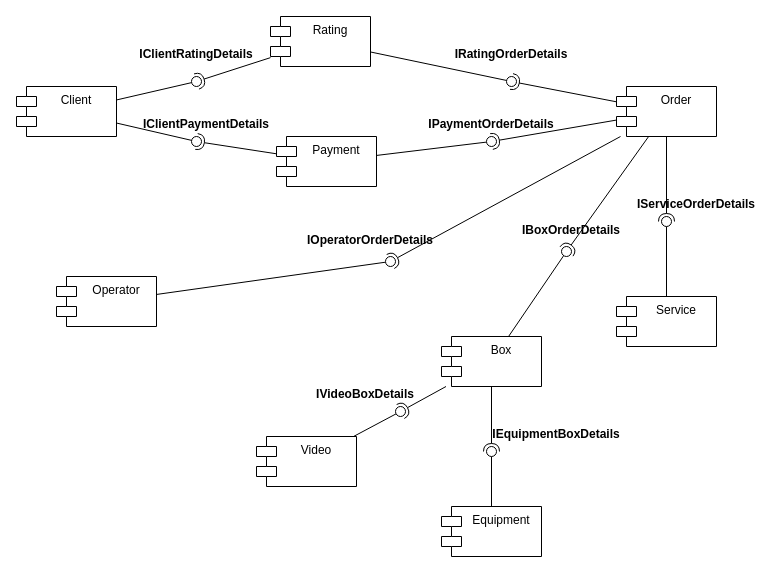
vitaliyepikhin/Automated-Car-Wash keeps this draw.io diagram as page "Components" (4 of 5) of Diagram_1.drawio. Above is the earlier version. Source tidied: cells renumbered, new cells numbered last; positions are measured from the earlier drawing's top-left corner, leaving out a move shared by most shapes. Both pictures are drawn from the tidied source at 100%, with x=0, y=0 at pixel (16, 16).
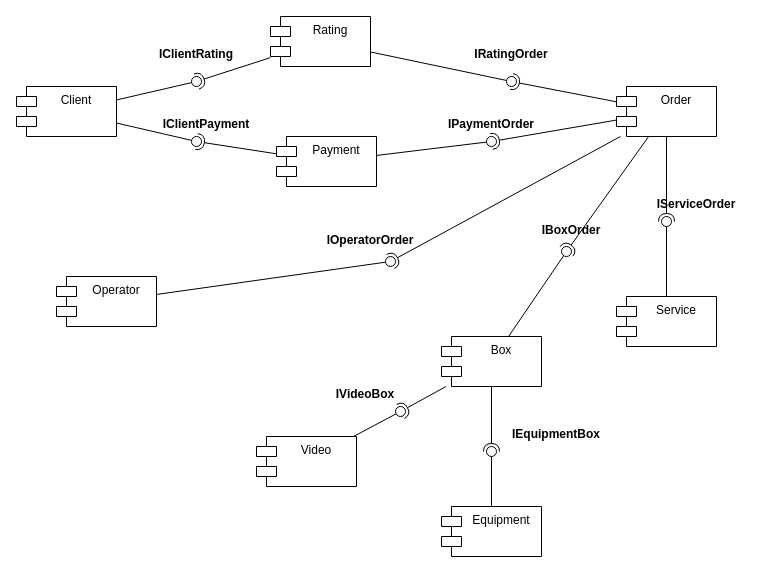
The same page after the edit.

What changed in the source:
```diff
@@
-    <mxCell id="38" value="IClientRatingDetails" style="text;align=center;fontStyle=1;verticalAlign=middle;spacingLeft=3;spacingRight=3;strokeColor=none;" parent="1" vertex="1">
+    <mxCell id="38" value="IClientRating" style="text;align=center;fontStyle=1;verticalAlign=middle;spacingLeft=3;spacingRight=3;strokeColor=none;" parent="1" vertex="1">
       <mxGeometry x="140" y="24" width="80" height="26" as="geometry" />
     </mxCell>
-    <mxCell id="39" value="IClientPaymentDetails" style="text;align=center;fontStyle=1;verticalAlign=middle;spacingLeft=3;spacingRight=3;strokeColor=none;" parent="1" vertex="1">
+    <mxCell id="39" value="IClientPayment" style="text;align=center;fontStyle=1;verticalAlign=middle;spacingLeft=3;spacingRight=3;strokeColor=none;" parent="1" vertex="1">
       <mxGeometry x="150" y="94" width="80" height="26" as="geometry" />
     </mxCell>
-    <mxCell id="40" value="IRatingOrderDetails" style="text;align=center;fontStyle=1;verticalAlign=middle;spacingLeft=3;spacingRight=3;strokeColor=none;" parent="1" vertex="1">
+    <mxCell id="40" value="IRatingOrder" style="text;align=center;fontStyle=1;verticalAlign=middle;spacingLeft=3;spacingRight=3;strokeColor=none;" parent="1" vertex="1">
       <mxGeometry x="455" y="24" width="80" height="26" as="geometry" />
     </mxCell>
-    <mxCell id="41" value="IPaymentOrderDetails" style="text;align=center;fontStyle=1;verticalAlign=middle;spacingLeft=3;spacingRight=3;strokeColor=none;" parent="1" vertex="1">
+    <mxCell id="41" value="IPaymentOrder" style="text;align=center;fontStyle=1;verticalAlign=middle;spacingLeft=3;spacingRight=3;strokeColor=none;" parent="1" vertex="1">
       <mxGeometry x="435" y="94" width="80" height="26" as="geometry" />
     </mxCell>
-    <mxCell id="42" value="IOperatorOrderDetails" style="text;align=center;fontStyle=1;verticalAlign=middle;spacingLeft=3;spacingRight=3;strokeColor=none;" parent="1" vertex="1">
+    <mxCell id="42" value="IOperatorOrder" style="text;align=center;fontStyle=1;verticalAlign=middle;spacingLeft=3;spacingRight=3;strokeColor=none;" parent="1" vertex="1">
       <mxGeometry x="314" y="210" width="80" height="26" as="geometry" />
     </mxCell>
-    <mxCell id="43" value="IVideoBoxDetails" style="text;align=center;fontStyle=1;verticalAlign=middle;spacingLeft=3;spacingRight=3;strokeColor=none;" parent="1" vertex="1">
+    <mxCell id="43" value="IVideoBox" style="text;align=center;fontStyle=1;verticalAlign=middle;spacingLeft=3;spacingRight=3;strokeColor=none;" parent="1" vertex="1">
       <mxGeometry x="309" y="364" width="80" height="26" as="geometry" />
     </mxCell>
-    <mxCell id="44" value="IEquipmentBoxDetails" style="text;align=center;fontStyle=1;verticalAlign=middle;spacingLeft=3;spacingRight=3;strokeColor=none;" parent="1" vertex="1">
+    <mxCell id="44" value="IEquipmentBox" style="text;align=center;fontStyle=1;verticalAlign=middle;spacingLeft=3;spacingRight=3;strokeColor=none;" parent="1" vertex="1">
       <mxGeometry x="500" y="404" width="80" height="26" as="geometry" />
     </mxCell>
-    <mxCell id="45" value="IBoxOrderDetails" style="text;align=center;fontStyle=1;verticalAlign=middle;spacingLeft=3;spacingRight=3;strokeColor=none;" parent="1" vertex="1">
+    <mxCell id="45" value="IBoxOrder" style="text;align=center;fontStyle=1;verticalAlign=middle;spacingLeft=3;spacingRight=3;strokeColor=none;" parent="1" vertex="1">
       <mxGeometry x="515" y="200" width="80" height="26" as="geometry" />
     </mxCell>
-    <mxCell id="46" value="IServiceOrderDetails" style="text;align=center;fontStyle=1;verticalAlign=middle;spacingLeft=3;spacingRight=3;strokeColor=none;" parent="1" vertex="1">
+    <mxCell id="46" value="IServiceOrder" style="text;align=center;fontStyle=1;verticalAlign=middle;spacingLeft=3;spacingRight=3;strokeColor=none;" parent="1" vertex="1">
       <mxGeometry x="640" y="174" width="80" height="26" as="geometry" />
     </mxCell>
```
